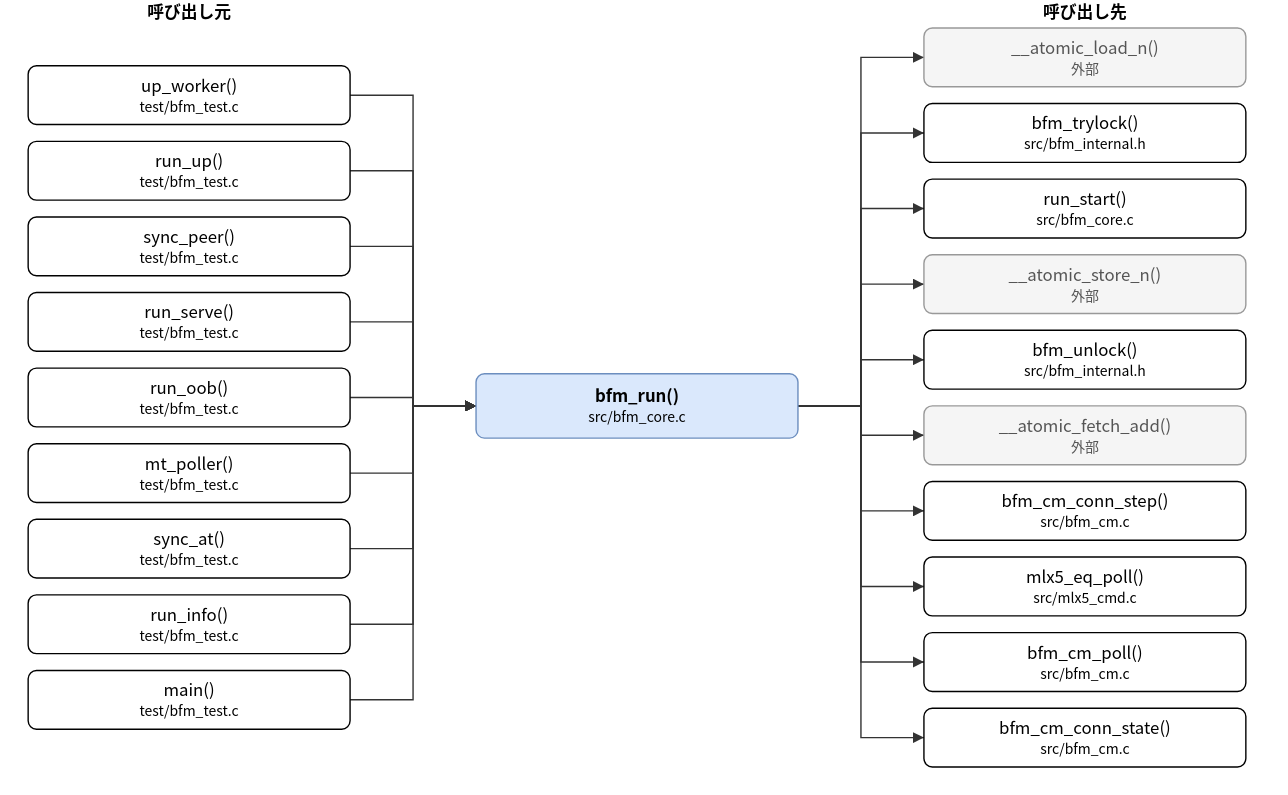
Above: doc/spec/images/call_src_bfm_core-bfm_run.drawio.svg in hf355051012-ai/bfmem (draw.io), before the change. Source tidied: cells renumbered, new cells last; positions are measured from the earlier drawing's top-left corner, leaving out a move shared by most shapes.
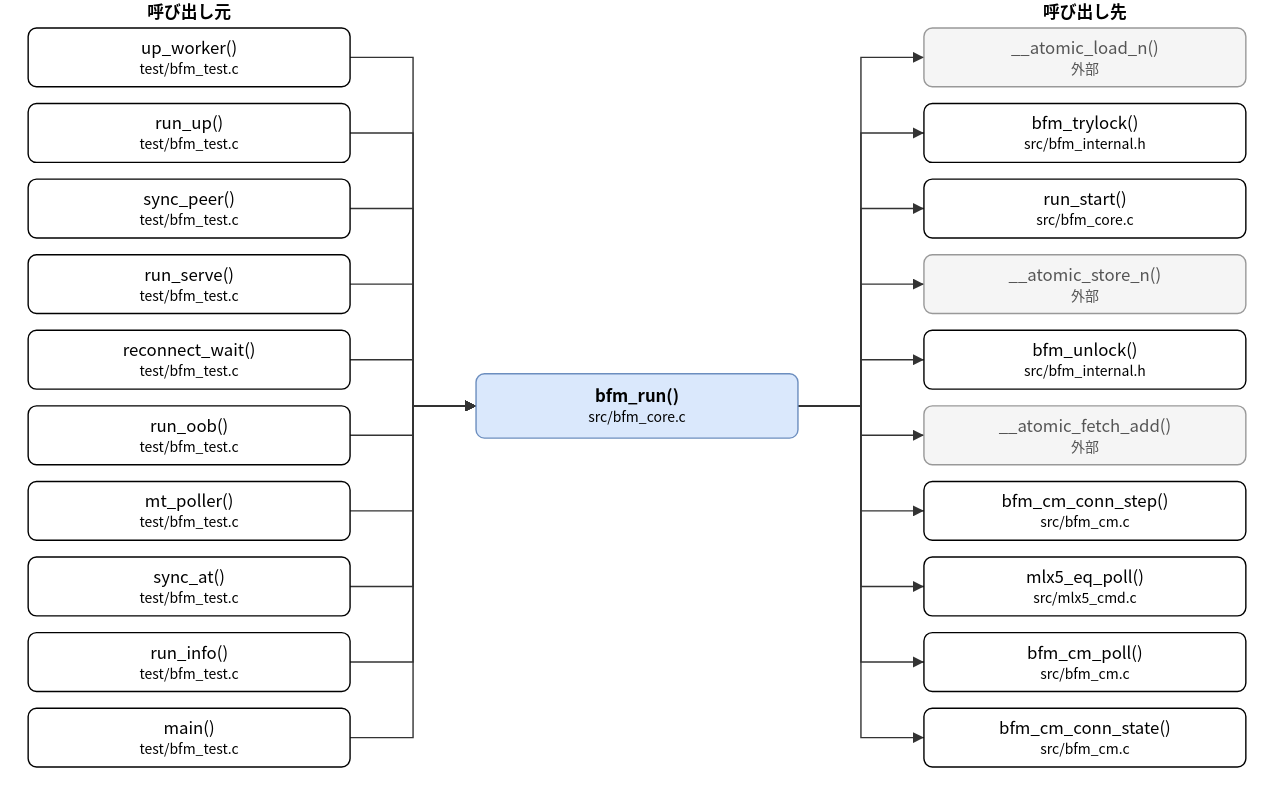
The same file after the commit.

What changed in the source:
```diff
@@ -6,32 +6,35 @@
       <mxGeometry x="320" y="267" width="230" height="46" as="geometry" />
     </mxCell>
     <mxCell id="3" value="up_worker()&lt;br&gt;&lt;font style=&quot;font-size:10px&quot;&gt;test/bfm_test.c&lt;/font&gt;" style="rounded=1;whiteSpace=wrap;html=1;" parent="1" vertex="1">
-      <mxGeometry y="47" width="230" height="42" as="geometry" />
+      <mxGeometry y="20" width="230" height="42" as="geometry" />
     </mxCell>
     <mxCell id="4" value="run_up()&lt;br&gt;&lt;font style=&quot;font-size:10px&quot;&gt;test/bfm_test.c&lt;/font&gt;" style="rounded=1;whiteSpace=wrap;html=1;" parent="1" vertex="1">
-      <mxGeometry y="101" width="230" height="42" as="geometry" />
+      <mxGeometry y="74" width="230" height="42" as="geometry" />
     </mxCell>
     <mxCell id="5" value="sync_peer()&lt;br&gt;&lt;font style=&quot;font-size:10px&quot;&gt;test/bfm_test.c&lt;/font&gt;" style="rounded=1;whiteSpace=wrap;html=1;" parent="1" vertex="1">
-      <mxGeometry y="155" width="230" height="42" as="geometry" />
+      <mxGeometry y="128" width="230" height="42" as="geometry" />
     </mxCell>
     <mxCell id="6" value="run_serve()&lt;br&gt;&lt;font style=&quot;font-size:10px&quot;&gt;test/bfm_test.c&lt;/font&gt;" style="rounded=1;whiteSpace=wrap;html=1;" parent="1" vertex="1">
-      <mxGeometry y="209" width="230" height="42" as="geometry" />
+      <mxGeometry y="182" width="230" height="42" as="geometry" />
     </mxCell>
-    <mxCell id="7" value="run_oob()&lt;br&gt;&lt;font style=&quot;font-size:10px&quot;&gt;test/bfm_test.c&lt;/font&gt;" style="rounded=1;whiteSpace=wrap;html=1;" parent="1" vertex="1">
-      <mxGeometry y="263" width="230" height="42" as="geometry" />
+    <mxCell id="7" value="reconnect_wait()&lt;br&gt;&lt;font style=&quot;font-size:10px&quot;&gt;test/bfm_test.c&lt;/font&gt;" style="rounded=1;whiteSpace=wrap;html=1;" parent="1" vertex="1">
+      <mxGeometry y="236" width="230" height="42" as="geometry" />
     </mxCell>
-    <mxCell id="8" value="mt_poller()&lt;br&gt;&lt;font style=&quot;font-size:10px&quot;&gt;test/bfm_test.c&lt;/font&gt;" style="rounded=1;whiteSpace=wrap;html=1;" parent="1" vertex="1">
-      <mxGeometry y="317" width="230" height="42" as="geometry" />
+    <mxCell id="8" value="run_oob()&lt;br&gt;&lt;font style=&quot;font-size:10px&quot;&gt;test/bfm_test.c&lt;/font&gt;" style="rounded=1;whiteSpace=wrap;html=1;" parent="1" vertex="1">
+      <mxGeometry y="290" width="230" height="42" as="geometry" />
     </mxCell>
-    <mxCell id="9" value="sync_at()&lt;br&gt;&lt;font style=&quot;font-size:10px&quot;&gt;test/bfm_test.c&lt;/font&gt;" style="rounded=1;whiteSpace=wrap;html=1;" parent="1" vertex="1">
-      <mxGeometry y="371" width="230" height="42" as="geometry" />
+    <mxCell id="9" value="mt_poller()&lt;br&gt;&lt;font style=&quot;font-size:10px&quot;&gt;test/bfm_test.c&lt;/font&gt;" style="rounded=1;whiteSpace=wrap;html=1;" parent="1" vertex="1">
+      <mxGeometry y="344" width="230" height="42" as="geometry" />
     </mxCell>
-    <mxCell id="10" value="run_info()&lt;br&gt;&lt;font style=&quot;font-size:10px&quot;&gt;test/bfm_test.c&lt;/font&gt;" style="rounded=1;whiteSpace=wrap;html=1;" parent="1" vertex="1">
-      <mxGeometry y="425" width="230" height="42" as="geometry" />
+    <mxCell id="10" value="sync_at()&lt;br&gt;&lt;font style=&quot;font-size:10px&quot;&gt;test/bfm_test.c&lt;/font&gt;" style="rounded=1;whiteSpace=wrap;html=1;" parent="1" vertex="1">
+      <mxGeometry y="398" width="230" height="42" as="geometry" />
     </mxCell>
-    <mxCell id="11" value="main()&lt;br&gt;&lt;font style=&quot;font-size:10px&quot;&gt;test/bfm_test.c&lt;/font&gt;" style="rounded=1;whiteSpace=wrap;html=1;" parent="1" vertex="1">
-      <mxGeometry y="479" width="230" height="42" as="geometry" />
+    <mxCell id="11" value="run_info()&lt;br&gt;&lt;font style=&quot;font-size:10px&quot;&gt;test/bfm_test.c&lt;/font&gt;" style="rounded=1;whiteSpace=wrap;html=1;" parent="1" vertex="1">
+      <mxGeometry y="452" width="230" height="42" as="geometry" />
     </mxCell>
+    <mxCell id="43" value="main()&lt;br&gt;&lt;font style=&quot;font-size:10px&quot;&gt;test/bfm_test.c&lt;/font&gt;" style="rounded=1;whiteSpace=wrap;html=1;" parent="1" vertex="1">
+      <mxGeometry y="506" width="230" height="42" as="geometry" />
+    </mxCell>
     <mxCell id="12" value="__atomic_load_n()&lt;br&gt;&lt;font style=&quot;font-size:10px&quot;&gt;外部&lt;/font&gt;" style="rounded=1;whiteSpace=wrap;html=1;fillColor=#f5f5f5;strokeColor=#999999;fontColor=#555555;" parent="1" vertex="1">
       <mxGeometry x="640" y="20" width="230" height="42" as="geometry" />
     </mxCell>
@@ -65,7 +68,7 @@
     <mxCell id="22" style="edgeStyle=none;html=1;rounded=0;endArrow=block;endFill=1;exitX=1.0000;exitY=0.5000;exitDx=0;exitDy=0;exitPerimeter=0;entryX=0.0000;entryY=0.5000;entryDx=0;entryDy=0;entryPerimeter=0;" parent="1" edge="1" source="3" target="2">
       <mxGeometry relative="1" as="geometry">
         <Array as="points">
-          <mxPoint x="275" y="68" />
+          <mxPoint x="275" y="41" />
           <mxPoint x="275" y="290" />
         </Array>
       </mxGeometry>
@@ -73,7 +76,7 @@
     <mxCell id="23" style="edgeStyle=none;html=1;rounded=0;endArrow=block;endFill=1;exitX=1.0000;exitY=0.5000;exitDx=0;exitDy=0;exitPerimeter=0;entryX=0.0000;entryY=0.5000;entryDx=0;entryDy=0;entryPerimeter=0;" parent="1" edge="1" source="4" target="2">
       <mxGeometry relative="1" as="geometry">
         <Array as="points">
-          <mxPoint x="275" y="122" />
+          <mxPoint x="275" y="95" />
           <mxPoint x="275" y="290" />
         </Array>
       </mxGeometry>
@@ -81,7 +84,7 @@
     <mxCell id="24" style="edgeStyle=none;html=1;rounded=0;endArrow=block;endFill=1;exitX=1.0000;exitY=0.5000;exitDx=0;exitDy=0;exitPerimeter=0;entryX=0.0000;entryY=0.5000;entryDx=0;entryDy=0;entryPerimeter=0;" parent="1" edge="1" source="5" target="2">
       <mxGeometry relative="1" as="geometry">
         <Array as="points">
-          <mxPoint x="275" y="176" />
+          <mxPoint x="275" y="149" />
           <mxPoint x="275" y="290" />
         </Array>
       </mxGeometry>
@@ -89,7 +92,7 @@
     <mxCell id="25" style="edgeStyle=none;html=1;rounded=0;endArrow=block;endFill=1;exitX=1.0000;exitY=0.5000;exitDx=0;exitDy=0;exitPerimeter=0;entryX=0.0000;entryY=0.5000;entryDx=0;entryDy=0;entryPerimeter=0;" parent="1" edge="1" source="6" target="2">
       <mxGeometry relative="1" as="geometry">
         <Array as="points">
-          <mxPoint x="275" y="230" />
+          <mxPoint x="275" y="203" />
           <mxPoint x="275" y="290" />
         </Array>
       </mxGeometry>
@@ -97,7 +100,7 @@
     <mxCell id="26" style="edgeStyle=none;html=1;rounded=0;endArrow=block;endFill=1;exitX=1.0000;exitY=0.5000;exitDx=0;exitDy=0;exitPerimeter=0;entryX=0.0000;entryY=0.5000;entryDx=0;entryDy=0;entryPerimeter=0;" parent="1" edge="1" source="7" target="2">
       <mxGeometry relative="1" as="geometry">
         <Array as="points">
-          <mxPoint x="275" y="284" />
+          <mxPoint x="275" y="257" />
           <mxPoint x="275" y="290" />
         </Array>
       </mxGeometry>
@@ -105,7 +108,7 @@
     <mxCell id="27" style="edgeStyle=none;html=1;rounded=0;endArrow=block;endFill=1;exitX=1.0000;exitY=0.5000;exitDx=0;exitDy=0;exitPerimeter=0;entryX=0.0000;entryY=0.5000;entryDx=0;entryDy=0;entryPerimeter=0;" parent="1" edge="1" source="8" target="2">
       <mxGeometry relative="1" as="geometry">
         <Array as="points">
-          <mxPoint x="275" y="338" />
+          <mxPoint x="275" y="311" />
           <mxPoint x="275" y="290" />
         </Array>
       </mxGeometry>
@@ -113,7 +116,7 @@
     <mxCell id="28" style="edgeStyle=none;html=1;rounded=0;endArrow=block;endFill=1;exitX=1.0000;exitY=0.5000;exitDx=0;exitDy=0;exitPerimeter=0;entryX=0.0000;entryY=0.5000;entryDx=0;entryDy=0;entryPerimeter=0;" parent="1" edge="1" source="9" target="2">
       <mxGeometry relative="1" as="geometry">
         <Array as="points">
-          <mxPoint x="275" y="392" />
+          <mxPoint x="275" y="365" />
           <mxPoint x="275" y="290" />
         </Array>
       </mxGeometry>
@@ -121,7 +124,7 @@
     <mxCell id="29" style="edgeStyle=none;html=1;rounded=0;endArrow=block;endFill=1;exitX=1.0000;exitY=0.5000;exitDx=0;exitDy=0;exitPerimeter=0;entryX=0.0000;entryY=0.5000;entryDx=0;entryDy=0;entryPerimeter=0;" parent="1" edge="1" source="10" target="2">
       <mxGeometry relative="1" as="geometry">
         <Array as="points">
-          <mxPoint x="275" y="446" />
+          <mxPoint x="275" y="419" />
           <mxPoint x="275" y="290" />
         </Array>
       </mxGeometry>
@@ -129,91 +132,99 @@
     <mxCell id="30" style="edgeStyle=none;html=1;rounded=0;endArrow=block;endFill=1;exitX=1.0000;exitY=0.5000;exitDx=0;exitDy=0;exitPerimeter=0;entryX=0.0000;entryY=0.5000;entryDx=0;entryDy=0;entryPerimeter=0;" parent="1" edge="1" source="11" target="2">
       <mxGeometry relative="1" as="geometry">
         <Array as="points">
-          <mxPoint x="275" y="500" />
+          <mxPoint x="275" y="473" />
           <mxPoint x="275" y="290" />
         </Array>
       </mxGeometry>
     </mxCell>
-    <mxCell id="31" style="edgeStyle=none;html=1;rounded=0;endArrow=block;endFill=1;exitX=1.0000;exitY=0.5000;exitDx=0;exitDy=0;exitPerimeter=0;entryX=0.0000;entryY=0.5000;entryDx=0;entryDy=0;entryPerimeter=0;" parent="1" edge="1" source="2" target="12">
+    <mxCell id="31" style="edgeStyle=none;html=1;rounded=0;endArrow=block;endFill=1;exitX=1.0000;exitY=0.5000;exitDx=0;exitDy=0;exitPerimeter=0;entryX=0.0000;entryY=0.5000;entryDx=0;entryDy=0;entryPerimeter=0;" parent="1" edge="1" source="43" target="2">
       <mxGeometry relative="1" as="geometry">
         <Array as="points">
-          <mxPoint x="595" y="290" />
-          <mxPoint x="595" y="41" />
+          <mxPoint x="275" y="527" />
+          <mxPoint x="275" y="290" />
         </Array>
       </mxGeometry>
     </mxCell>
-    <mxCell id="32" style="edgeStyle=none;html=1;rounded=0;endArrow=block;endFill=1;exitX=1.0000;exitY=0.5000;exitDx=0;exitDy=0;exitPerimeter=0;entryX=0.0000;entryY=0.5000;entryDx=0;entryDy=0;entryPerimeter=0;" parent="1" edge="1" source="2" target="13">
+    <mxCell id="32" style="edgeStyle=none;html=1;rounded=0;endArrow=block;endFill=1;exitX=1.0000;exitY=0.5000;exitDx=0;exitDy=0;exitPerimeter=0;entryX=0.0000;entryY=0.5000;entryDx=0;entryDy=0;entryPerimeter=0;" parent="1" edge="1" source="2" target="12">
       <mxGeometry relative="1" as="geometry">
         <Array as="points">
           <mxPoint x="595" y="290" />
-          <mxPoint x="595" y="95" />
+          <mxPoint x="595" y="41" />
         </Array>
       </mxGeometry>
     </mxCell>
-    <mxCell id="33" style="edgeStyle=none;html=1;rounded=0;endArrow=block;endFill=1;exitX=1.0000;exitY=0.5000;exitDx=0;exitDy=0;exitPerimeter=0;entryX=0.0000;entryY=0.5000;entryDx=0;entryDy=0;entryPerimeter=0;" parent="1" edge="1" source="2" target="14">
+    <mxCell id="33" style="edgeStyle=none;html=1;rounded=0;endArrow=block;endFill=1;exitX=1.0000;exitY=0.5000;exitDx=0;exitDy=0;exitPerimeter=0;entryX=0.0000;entryY=0.5000;entryDx=0;entryDy=0;entryPerimeter=0;" parent="1" edge="1" source="2" target="13">
       <mxGeometry relative="1" as="geometry">
         <Array as="points">
           <mxPoint x="595" y="290" />
-          <mxPoint x="595" y="149" />
+          <mxPoint x="595" y="95" />
         </Array>
       </mxGeometry>
     </mxCell>
-    <mxCell id="34" style="edgeStyle=none;html=1;rounded=0;endArrow=block;endFill=1;exitX=1.0000;exitY=0.5000;exitDx=0;exitDy=0;exitPerimeter=0;entryX=0.0000;entryY=0.5000;entryDx=0;entryDy=0;entryPerimeter=0;" parent="1" edge="1" source="2" target="15">
+    <mxCell id="34" style="edgeStyle=none;html=1;rounded=0;endArrow=block;endFill=1;exitX=1.0000;exitY=0.5000;exitDx=0;exitDy=0;exitPerimeter=0;entryX=0.0000;entryY=0.5000;entryDx=0;entryDy=0;entryPerimeter=0;" parent="1" edge="1" source="2" target="14">
       <mxGeometry relative="1" as="geometry">
         <Array as="points">
           <mxPoint x="595" y="290" />
-          <mxPoint x="595" y="203" />
+          <mxPoint x="595" y="149" />
         </Array>
       </mxGeometry>
     </mxCell>
-    <mxCell id="35" style="edgeStyle=none;html=1;rounded=0;endArrow=block;endFill=1;exitX=1.0000;exitY=0.5000;exitDx=0;exitDy=0;exitPerimeter=0;entryX=0.0000;entryY=0.5000;entryDx=0;entryDy=0;entryPerimeter=0;" parent="1" edge="1" source="2" target="16">
+    <mxCell id="35" style="edgeStyle=none;html=1;rounded=0;endArrow=block;endFill=1;exitX=1.0000;exitY=0.5000;exitDx=0;exitDy=0;exitPerimeter=0;entryX=0.0000;entryY=0.5000;entryDx=0;entryDy=0;entryPerimeter=0;" parent="1" edge="1" source="2" target="15">
       <mxGeometry relative="1" as="geometry">
         <Array as="points">
           <mxPoint x="595" y="290" />
-          <mxPoint x="595" y="257" />
+          <mxPoint x="595" y="203" />
         </Array>
       </mxGeometry>
     </mxCell>
-    <mxCell id="36" style="edgeStyle=none;html=1;rounded=0;endArrow=block;endFill=1;exitX=1.0000;exitY=0.5000;exitDx=0;exitDy=0;exitPerimeter=0;entryX=0.0000;entryY=0.5000;entryDx=0;entryDy=0;entryPerimeter=0;" parent="1" edge="1" source="2" target="17">
+    <mxCell id="36" style="edgeStyle=none;html=1;rounded=0;endArrow=block;endFill=1;exitX=1.0000;exitY=0.5000;exitDx=0;exitDy=0;exitPerimeter=0;entryX=0.0000;entryY=0.5000;entryDx=0;entryDy=0;entryPerimeter=0;" parent="1" edge="1" source="2" target="16">
       <mxGeometry relative="1" as="geometry">
         <Array as="points">
           <mxPoint x="595" y="290" />
-          <mxPoint x="595" y="311" />
+          <mxPoint x="595" y="257" />
         </Array>
       </mxGeometry>
     </mxCell>
-    <mxCell id="37" style="edgeStyle=none;html=1;rounded=0;endArrow=block;endFill=1;exitX=1.0000;exitY=0.5000;exitDx=0;exitDy=0;exitPerimeter=0;entryX=0.0000;entryY=0.5000;entryDx=0;entryDy=0;entryPerimeter=0;" parent="1" edge="1" source="2" target="18">
+    <mxCell id="37" style="edgeStyle=none;html=1;rounded=0;endArrow=block;endFill=1;exitX=1.0000;exitY=0.5000;exitDx=0;exitDy=0;exitPerimeter=0;entryX=0.0000;entryY=0.5000;entryDx=0;entryDy=0;entryPerimeter=0;" parent="1" edge="1" source="2" target="17">
       <mxGeometry relative="1" as="geometry">
         <Array as="points">
           <mxPoint x="595" y="290" />
-          <mxPoint x="595" y="365" />
+          <mxPoint x="595" y="311" />
         </Array>
       </mxGeometry>
     </mxCell>
-    <mxCell id="38" style="edgeStyle=none;html=1;rounded=0;endArrow=block;endFill=1;exitX=1.0000;exitY=0.5000;exitDx=0;exitDy=0;exitPerimeter=0;entryX=0.0000;entryY=0.5000;entryDx=0;entryDy=0;entryPerimeter=0;" parent="1" edge="1" source="2" target="19">
+    <mxCell id="38" style="edgeStyle=none;html=1;rounded=0;endArrow=block;endFill=1;exitX=1.0000;exitY=0.5000;exitDx=0;exitDy=0;exitPerimeter=0;entryX=0.0000;entryY=0.5000;entryDx=0;entryDy=0;entryPerimeter=0;" parent="1" edge="1" source="2" target="18">
       <mxGeometry relative="1" as="geometry">
         <Array as="points">
           <mxPoint x="595" y="290" />
-          <mxPoint x="595" y="419" />
+          <mxPoint x="595" y="365" />
         </Array>
       </mxGeometry>
     </mxCell>
-    <mxCell id="39" style="edgeStyle=none;html=1;rounded=0;endArrow=block;endFill=1;exitX=1.0000;exitY=0.5000;exitDx=0;exitDy=0;exitPerimeter=0;entryX=0.0000;entryY=0.5000;entryDx=0;entryDy=0;entryPerimeter=0;" parent="1" edge="1" source="2" target="20">
+    <mxCell id="39" style="edgeStyle=none;html=1;rounded=0;endArrow=block;endFill=1;exitX=1.0000;exitY=0.5000;exitDx=0;exitDy=0;exitPerimeter=0;entryX=0.0000;entryY=0.5000;entryDx=0;entryDy=0;entryPerimeter=0;" parent="1" edge="1" source="2" target="19">
       <mxGeometry relative="1" as="geometry">
         <Array as="points">
           <mxPoint x="595" y="290" />
-          <mxPoint x="595" y="473" />
+          <mxPoint x="595" y="419" />
         </Array>
       </mxGeometry>
     </mxCell>
-    <mxCell id="40" style="edgeStyle=none;html=1;rounded=0;endArrow=block;endFill=1;exitX=1.0000;exitY=0.5000;exitDx=0;exitDy=0;exitPerimeter=0;entryX=0.0000;entryY=0.5000;entryDx=0;entryDy=0;entryPerimeter=0;" parent="1" edge="1" source="2" target="21">
+    <mxCell id="40" style="edgeStyle=none;html=1;rounded=0;endArrow=block;endFill=1;exitX=1.0000;exitY=0.5000;exitDx=0;exitDy=0;exitPerimeter=0;entryX=0.0000;entryY=0.5000;entryDx=0;entryDy=0;entryPerimeter=0;" parent="1" edge="1" source="2" target="20">
       <mxGeometry relative="1" as="geometry">
         <Array as="points">
           <mxPoint x="595" y="290" />
-          <mxPoint x="595" y="527" />
+          <mxPoint x="595" y="473" />
         </Array>
       </mxGeometry>
     </mxCell>
+    <mxCell id="44" style="edgeStyle=none;html=1;rounded=0;endArrow=block;endFill=1;exitX=1.0000;exitY=0.5000;exitDx=0;exitDy=0;exitPerimeter=0;entryX=0.0000;entryY=0.5000;entryDx=0;entryDy=0;entryPerimeter=0;" parent="1" edge="1" source="2" target="21">
+      <mxGeometry relative="1" as="geometry">
+        <Array as="points">
+          <mxPoint x="595" y="290" />
+          <mxPoint x="595" y="527" />
+        </Array>
+      </mxGeometry>
+    </mxCell>
     <mxCell id="41" value="呼び出し元" style="text;html=1;align=center;fontStyle=1;" parent="1" vertex="1">
       <mxGeometry x="35" width="160" height="18" as="geometry" />
     </mxCell>
```
